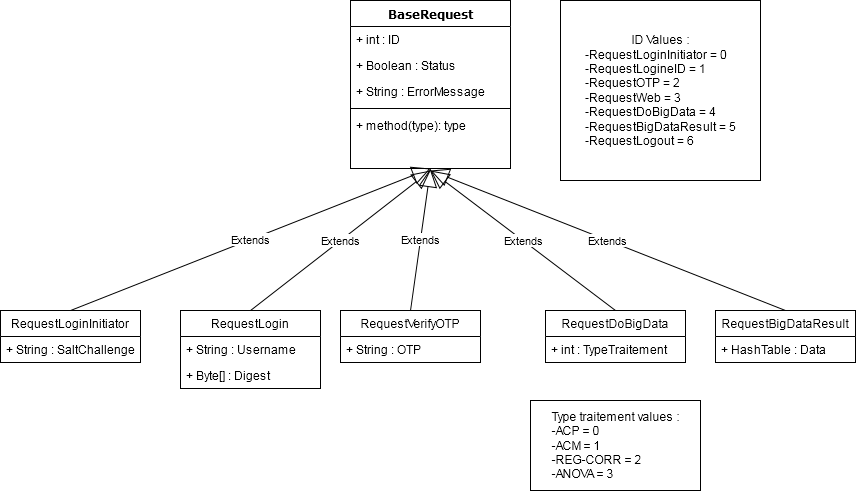
Before: Protocole/Protocole.png, a diagram exported from draw.io (Sirorco/Isil-Data-Scientist). Source tidied: cells renumbered, new cells last; positions are measured from the earlier drawing's top-left corner, leaving out a move shared by most shapes.
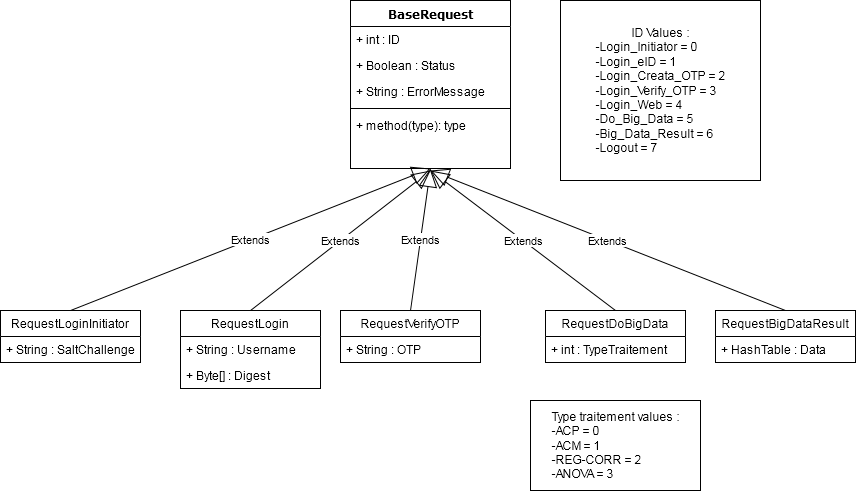
The same file after the commit.

The edit, as a diff of the source:
```diff
@@ -43,7 +43,7 @@
         <mxPoint x="430" y="170" as="targetPoint" />
       </mxGeometry>
     </mxCell>
-    <mxCell id="15" value="ID Values :&lt;br&gt;&lt;div align=&quot;left&quot;&gt;-RequestLoginInitiator = 0&lt;br&gt;&lt;/div&gt;&lt;div align=&quot;left&quot;&gt;-RequestLogineID = 1&lt;/div&gt;&lt;div align=&quot;left&quot;&gt;-RequestOTP = 2&lt;/div&gt;&lt;div align=&quot;left&quot;&gt;-RequestWeb = 3&lt;/div&gt;&lt;div align=&quot;left&quot;&gt;-RequestDoBigData = 4&lt;br&gt;&lt;/div&gt;&lt;div align=&quot;left&quot;&gt;-RequestBigDataResult = 5&lt;/div&gt;&lt;div align=&quot;left&quot;&gt;-RequestLogout = 6&lt;br&gt;&lt;/div&gt;" style="html=1;" parent="1" vertex="1">
+    <mxCell id="15" value="ID Values :&lt;br&gt;&lt;div align=&quot;left&quot;&gt;-Login_Initiator = 0&lt;br&gt;&lt;/div&gt;&lt;div align=&quot;left&quot;&gt;-Login_eID = 1&lt;/div&gt;&lt;div align=&quot;left&quot;&gt;-Login_Creata_OTP = 2&lt;/div&gt;&lt;div align=&quot;left&quot;&gt;-Login_Verify_OTP = 3&lt;br&gt;&lt;/div&gt;&lt;div align=&quot;left&quot;&gt;-Login_Web = 4&lt;br&gt;&lt;/div&gt;&lt;div align=&quot;left&quot;&gt;-Do_Big_Data = 5&lt;br&gt;&lt;/div&gt;&lt;div align=&quot;left&quot;&gt;-Big_Data_Result = 6&lt;br&gt;&lt;/div&gt;&lt;div align=&quot;left&quot;&gt;-Logout = 7&lt;br&gt;&lt;/div&gt;" style="html=1;" parent="1" vertex="1">
       <mxGeometry x="560" width="200" height="180" as="geometry" />
     </mxCell>
     <mxCell id="16" value="RequestDoBigData" style="swimlane;fontStyle=0;horizontal=1;startSize=26;fillColor=none;" parent="1" vertex="1">
```
